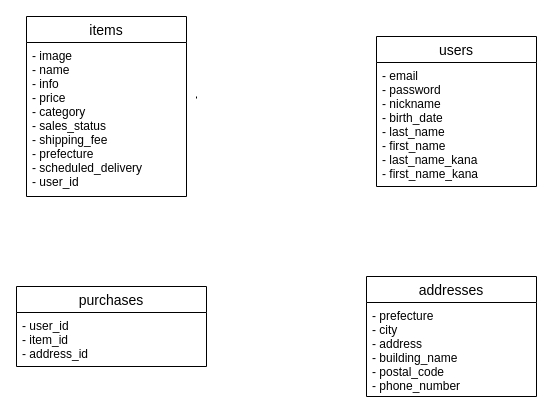
keita0667/furima-29570 keeps this draw.io diagram as page "見て欲しい方" (2 of 2) of furima.dio. Above is the earlier version. Source tidied: cells renumbered, new cells numbered last; positions are measured from the earlier drawing's top-left corner, leaving out a move shared by most shapes. Both pictures are drawn from the tidied source at 100%, with x=0, y=0 at pixel (16, 16).
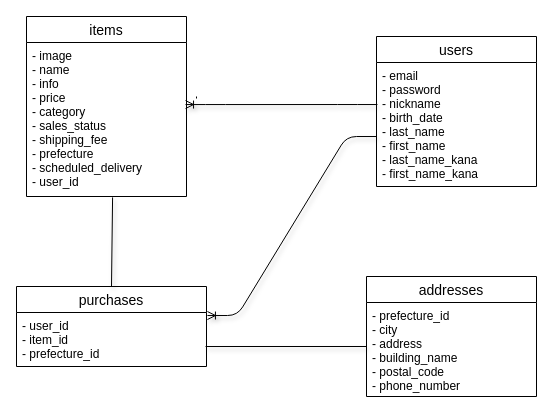
The same page after the edit.

Change to the diagram source:
```diff
@@
 <mxGraphModel>
   <root>
     <mxCell id="0" />
     <mxCell id="1" parent="0" />
     <mxCell id="2" value="users" style="swimlane;fontStyle=0;horizontal=1;startSize=26;align=center;fontSize=14;" parent="1" vertex="1">
       <mxGeometry x="360" y="20" width="160" height="150" as="geometry" />
     </mxCell>
     <mxCell id="3" value="- email&#10;- password&#10;- nickname&#10;- birth_date&#10;- last_name&#10;- first_name&#10;- last_name_kana&#10;- first_name_kana" style="text;strokeColor=none;fillColor=none;spacingLeft=4;spacingRight=4;overflow=hidden;points=[[0,0.5],[1,0.5]];portConstraint=eastwest;fontSize=12;" parent="2" vertex="1">
       <mxGeometry y="26" width="160" height="124" as="geometry" />
     </mxCell>
     <mxCell id="4" value="items" style="swimlane;fontStyle=0;horizontal=1;startSize=26;align=center;fontSize=14;" parent="1" vertex="1">
       <mxGeometry x="10" width="160" height="180" as="geometry" />
     </mxCell>
     <mxCell id="5" value="- image&#10;- name&#10;- info&#10;- price&#10;- category&#10;- sales_status&#10;- shipping_fee&#10;- prefecture&#10;- scheduled_delivery&#10;- user_id" style="text;strokeColor=none;fillColor=none;spacingLeft=4;spacingRight=4;overflow=hidden;points=[[0,0.5],[1,0.5]];portConstraint=eastwest;fontSize=12;" parent="4" vertex="1">
       <mxGeometry y="26" width="160" height="154" as="geometry" />
     </mxCell>
     <mxCell id="6" value="purchases" style="swimlane;fontStyle=0;horizontal=1;startSize=26;align=center;fontSize=14;" parent="1" vertex="1">
       <mxGeometry y="270" width="190" height="80" as="geometry" />
     </mxCell>
-    <mxCell id="7" value="- user_id&#10;- item_id&#10;- address_id" style="text;strokeColor=none;fillColor=none;spacingLeft=4;spacingRight=4;overflow=hidden;points=[[0,0.5],[1,0.5]];portConstraint=eastwest;fontSize=12;" parent="6" vertex="1">
+    <mxCell id="7" value="- user_id&#10;- item_id&#10;- prefecture_id" style="text;strokeColor=none;fillColor=none;spacingLeft=4;spacingRight=4;overflow=hidden;points=[[0,0.5],[1,0.5]];portConstraint=eastwest;fontSize=12;" parent="6" vertex="1">
       <mxGeometry y="26" width="190" height="54" as="geometry" />
     </mxCell>
     <mxCell id="8" value="addresses" style="swimlane;fontStyle=0;horizontal=1;startSize=26;align=center;fontSize=14;" parent="1" vertex="1">
       <mxGeometry x="350" y="260" width="170" height="120" as="geometry" />
     </mxCell>
-    <mxCell id="9" value="- prefecture&#10;- city&#10;- address&#10;- building_name&#10;- postal_code&#10;- phone_number" style="text;strokeColor=none;fillColor=none;spacingLeft=4;spacingRight=4;overflow=hidden;fontSize=12;" parent="8" vertex="1">
+    <mxCell id="9" value="- prefecture_id&#10;- city&#10;- address&#10;- building_name&#10;- postal_code&#10;- phone_number" style="text;strokeColor=none;fillColor=none;spacingLeft=4;spacingRight=4;overflow=hidden;fontSize=12;" parent="8" vertex="1">
       <mxGeometry y="26" width="170" height="94" as="geometry" />
     </mxCell>
     <mxCell id="10" style="endArrow=none;html=1;rounded=0;entryX=0.5;entryY=0;entryDx=0;entryDy=0;" parent="1" edge="1">
       <mxGeometry relative="1" as="geometry">
         <mxPoint x="180" y="82" as="sourcePoint" />
         <mxPoint x="180" y="80" as="targetPoint" />
       </mxGeometry>
     </mxCell>
+    <mxCell id="11" style="edgeStyle=entityRelationEdgeStyle;fontSize=12;html=1;endArrow=ERoneToMany;shadow=1;exitX=0.006;exitY=0.339;exitDx=0;exitDy=0;exitPerimeter=0;entryX=0.994;entryY=0.403;entryDx=0;entryDy=0;entryPerimeter=0;" parent="1" edge="1" source="3" target="5">
+      <mxGeometry relative="1" as="geometry" />
+    </mxCell>
+    <mxCell id="12" style="endArrow=none;html=1;rounded=0;shadow=1;exitX=0.538;exitY=1.006;exitDx=0;exitDy=0;exitPerimeter=0;entryX=0.5;entryY=0;entryDx=0;entryDy=0;" parent="1" edge="1" source="5" target="6">
+      <mxGeometry relative="1" as="geometry" />
+    </mxCell>
+    <mxCell id="13" style="endArrow=none;html=1;rounded=0;shadow=1;entryX=0.995;entryY=0.63;entryDx=0;entryDy=0;entryPerimeter=0;" parent="1" edge="1" target="7">
+      <mxGeometry relative="1" as="geometry">
+        <mxPoint x="350" y="330" as="sourcePoint" />
+      </mxGeometry>
+    </mxCell>
+    <mxCell id="14" style="edgeStyle=entityRelationEdgeStyle;fontSize=12;html=1;endArrow=ERoneToMany;shadow=1;entryX=1.005;entryY=0.056;entryDx=0;entryDy=0;entryPerimeter=0;exitX=0;exitY=0.597;exitDx=0;exitDy=0;exitPerimeter=0;" parent="1" edge="1" source="3" target="7">
+      <mxGeometry relative="1" as="geometry" />
+    </mxCell>
   </root>
 </mxGraphModel>
```
